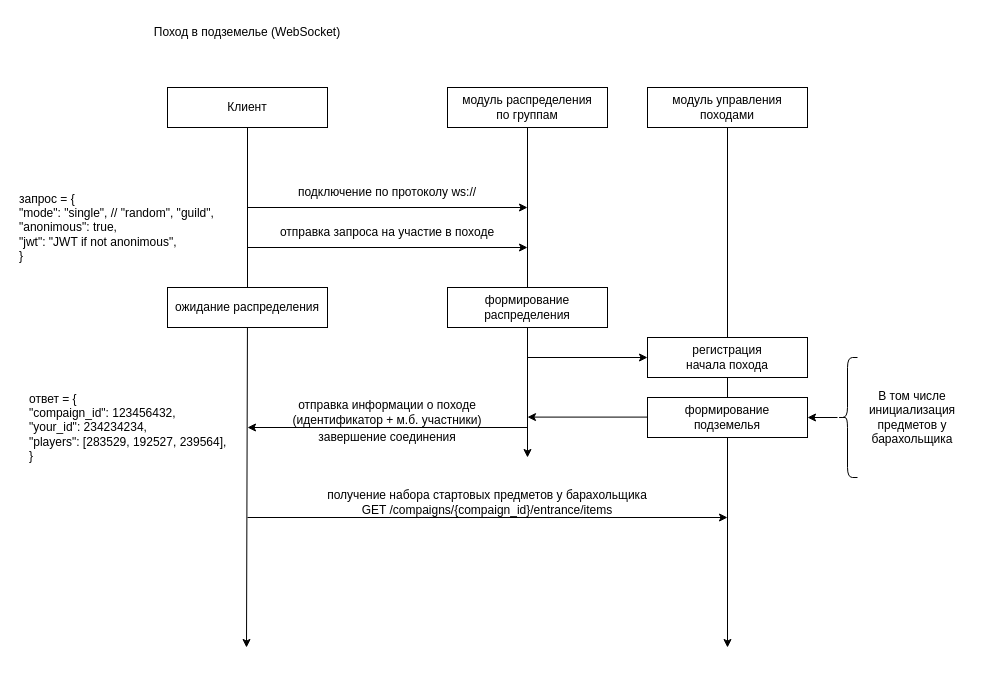
This is page "API" (4 of 6) of docs/diagrams.drawio from RullDeef/zarg, a draw.io file, before an edit. Source tidied: cells renumbered, new cells numbered last; positions are measured from the earlier drawing's top-left corner, leaving out a move shared by most shapes. Both pictures are drawn from the tidied source at 100%, with x=0, y=0 at pixel (17, 17).
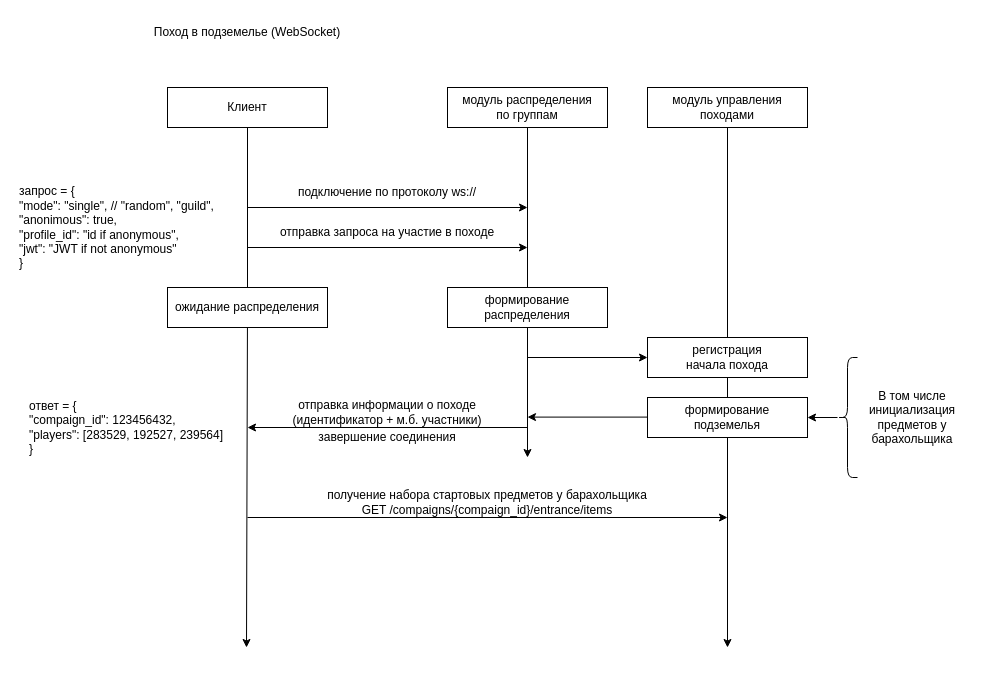
After the change.

What changed in the source:
```diff
@@
-    <mxCell id="31" value="&lt;div style=&quot;&quot;&gt;&lt;span style=&quot;background-color: initial;&quot;&gt;запрос = {&lt;/span&gt;&lt;/div&gt;&lt;div style=&quot;&quot;&gt;&lt;span style=&quot;background-color: initial;&quot;&gt;&quot;mode&quot;: &quot;single&quot;, // &quot;random&quot;, &quot;guild&quot;,&lt;/span&gt;&lt;/div&gt;&lt;div style=&quot;&quot;&gt;&lt;span style=&quot;background-color: initial;&quot;&gt;&quot;anonimous&quot;: true,&lt;/span&gt;&lt;/div&gt;&lt;div style=&quot;&quot;&gt;&lt;span style=&quot;background-color: initial;&quot;&gt;&quot;jwt&quot;: &quot;JWT if not anonimous&quot;,&lt;/span&gt;&lt;/div&gt;}" style="text;html=1;strokeColor=none;fillColor=none;align=left;verticalAlign=middle;whiteSpace=wrap;rounded=0;" parent="1" vertex="1">
+    <mxCell id="31" value="&lt;div style=&quot;&quot;&gt;&lt;span style=&quot;background-color: initial;&quot;&gt;запрос = {&lt;/span&gt;&lt;/div&gt;&lt;div style=&quot;&quot;&gt;&lt;span style=&quot;background-color: initial;&quot;&gt;&quot;mode&quot;: &quot;single&quot;, // &quot;random&quot;, &quot;guild&quot;,&lt;/span&gt;&lt;/div&gt;&lt;div style=&quot;&quot;&gt;&lt;span style=&quot;background-color: initial;&quot;&gt;&quot;anonimous&quot;: true,&lt;/span&gt;&lt;/div&gt;&lt;div style=&quot;&quot;&gt;&lt;span style=&quot;background-color: initial;&quot;&gt;&quot;profile_id&quot;: &quot;id if anonymous&quot;,&lt;/span&gt;&lt;/div&gt;&lt;div style=&quot;&quot;&gt;&lt;span style=&quot;background-color: initial;&quot;&gt;&quot;jwt&quot;: &quot;JWT if not anonymous&quot;&lt;/span&gt;&lt;/div&gt;}" style="text;html=1;strokeColor=none;fillColor=none;align=left;verticalAlign=middle;whiteSpace=wrap;rounded=0;" parent="1" vertex="1">
       <mxGeometry y="180" width="210" height="60" as="geometry" />
     </mxCell>
-    <mxCell id="32" value="&lt;div style=&quot;&quot;&gt;&lt;span style=&quot;background-color: initial;&quot;&gt;ответ = {&lt;/span&gt;&lt;/div&gt;&lt;div style=&quot;&quot;&gt;&lt;span style=&quot;background-color: initial;&quot;&gt;&quot;compaign_id&quot;: 123456432,&lt;/span&gt;&lt;/div&gt;&lt;div style=&quot;&quot;&gt;&lt;span style=&quot;background-color: initial;&quot;&gt;&quot;your_id&quot;: 234234234,&lt;/span&gt;&lt;/div&gt;&lt;div style=&quot;&quot;&gt;&lt;span style=&quot;background-color: initial;&quot;&gt;&quot;players&quot;: [283529, 192527, 239564],&lt;/span&gt;&lt;/div&gt;}" style="text;html=1;strokeColor=none;fillColor=none;align=left;verticalAlign=middle;whiteSpace=wrap;rounded=0;" parent="1" vertex="1">
+    <mxCell id="32" value="&lt;div style=&quot;&quot;&gt;&lt;span style=&quot;background-color: initial;&quot;&gt;ответ = {&lt;/span&gt;&lt;/div&gt;&lt;div style=&quot;&quot;&gt;&lt;span style=&quot;background-color: initial;&quot;&gt;&quot;compaign_id&quot;: 123456432,&lt;/span&gt;&lt;/div&gt;&lt;div style=&quot;&quot;&gt;&lt;span style=&quot;background-color: initial;&quot;&gt;&quot;players&quot;: [283529, 192527, 239564]&lt;/span&gt;&lt;/div&gt;}" style="text;html=1;strokeColor=none;fillColor=none;align=left;verticalAlign=middle;whiteSpace=wrap;rounded=0;" parent="1" vertex="1">
       <mxGeometry x="10" y="380" width="210" height="60" as="geometry" />
     </mxCell>
```
